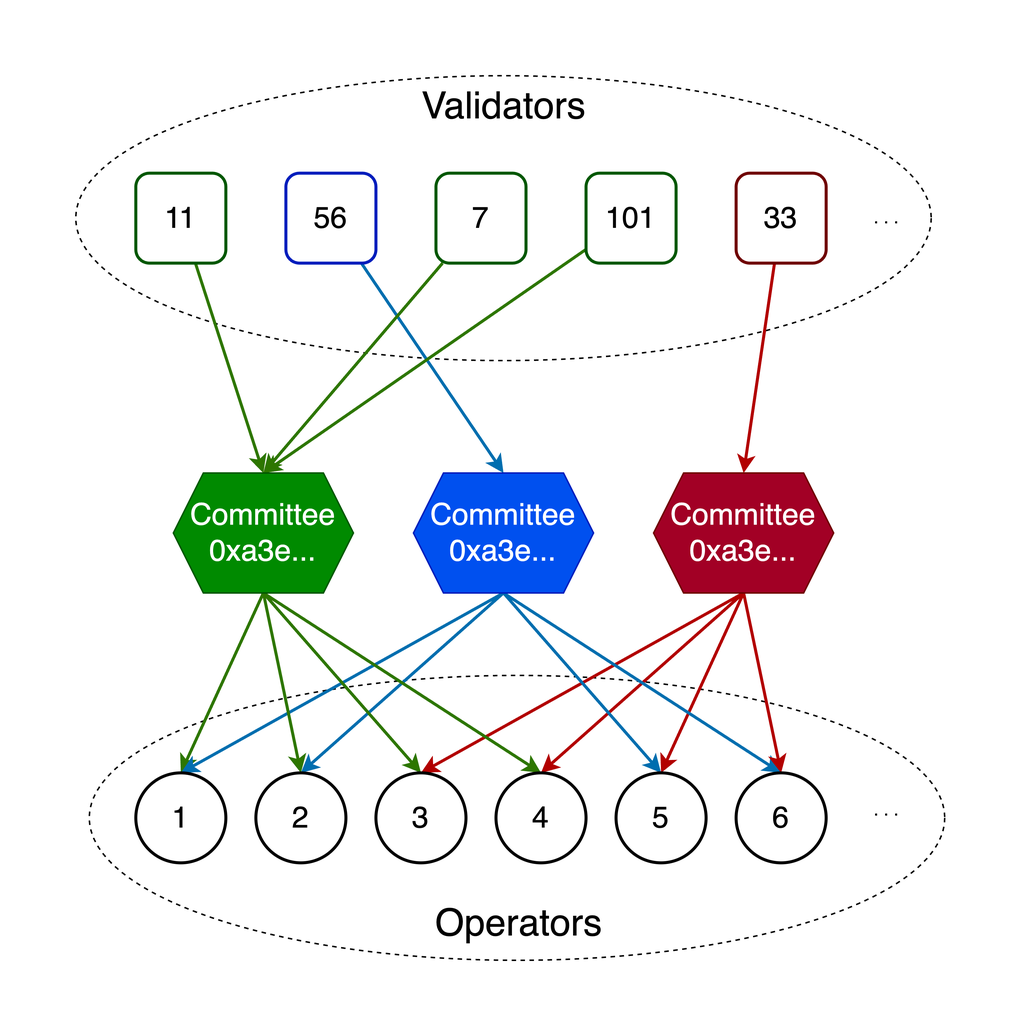
Above: ssv/docs/network.drawio.png in ssvlabs/ssv-spec (draw.io), before the change. Source tidied: cells renumbered, new cells last; positions are measured from the earlier drawing's top-left corner, leaving out a move shared by most shapes.
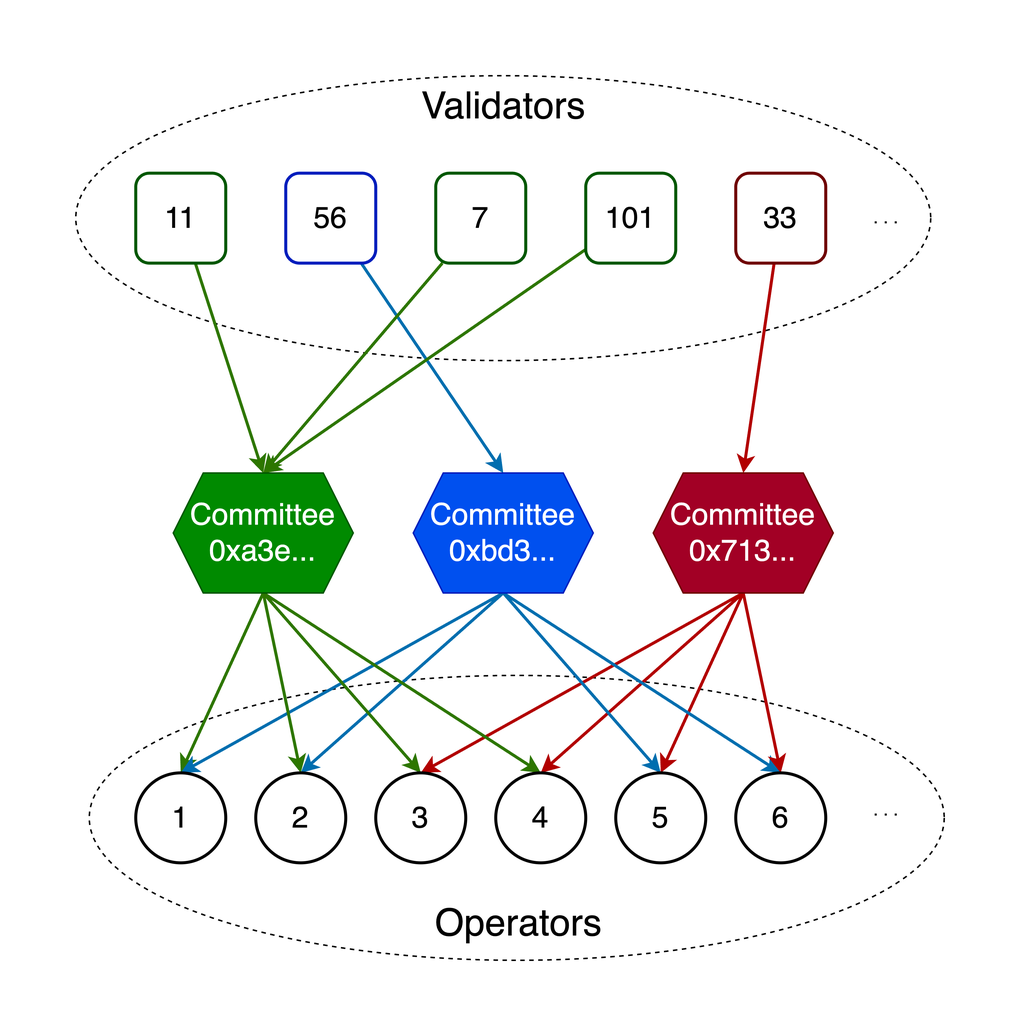
Later version of the same file.

Commit message:
Fix all committees with the same ID

What changed in the source:
```diff
@@ -107,10 +107,10 @@
     <mxCell id="36" value="Committee&lt;br&gt;0xa3e..." style="shape=hexagon;perimeter=hexagonPerimeter2;whiteSpace=wrap;html=1;fixedSize=1;strokeColor=#005700;fontSize=20;fontColor=#ffffff;fillColor=#008a00;" parent="1" vertex="1">
       <mxGeometry x="65" y="265" width="120" height="80" as="geometry" />
     </mxCell>
-    <mxCell id="37" value="Committee&lt;br&gt;0xa3e..." style="shape=hexagon;perimeter=hexagonPerimeter2;whiteSpace=wrap;html=1;fixedSize=1;strokeColor=#001DBC;fontSize=20;fontColor=#ffffff;fillColor=#0050ef;" parent="1" vertex="1">
+    <mxCell id="37" value="Committee&lt;br&gt;0xbd3..." style="shape=hexagon;perimeter=hexagonPerimeter2;whiteSpace=wrap;html=1;fixedSize=1;strokeColor=#001DBC;fontSize=20;fontColor=#ffffff;fillColor=#0050ef;" parent="1" vertex="1">
       <mxGeometry x="225" y="265" width="120" height="80" as="geometry" />
     </mxCell>
-    <mxCell id="38" value="Committee&lt;br&gt;0xa3e..." style="shape=hexagon;perimeter=hexagonPerimeter2;whiteSpace=wrap;html=1;fixedSize=1;strokeColor=#6F0000;fontSize=20;fontColor=#ffffff;fillColor=#a20025;" parent="1" vertex="1">
+    <mxCell id="38" value="Committee&lt;br&gt;0x713..." style="shape=hexagon;perimeter=hexagonPerimeter2;whiteSpace=wrap;html=1;fixedSize=1;strokeColor=#6F0000;fontSize=20;fontColor=#ffffff;fillColor=#a20025;" parent="1" vertex="1">
       <mxGeometry x="385" y="265" width="120" height="80" as="geometry" />
     </mxCell>
   </root>
```
